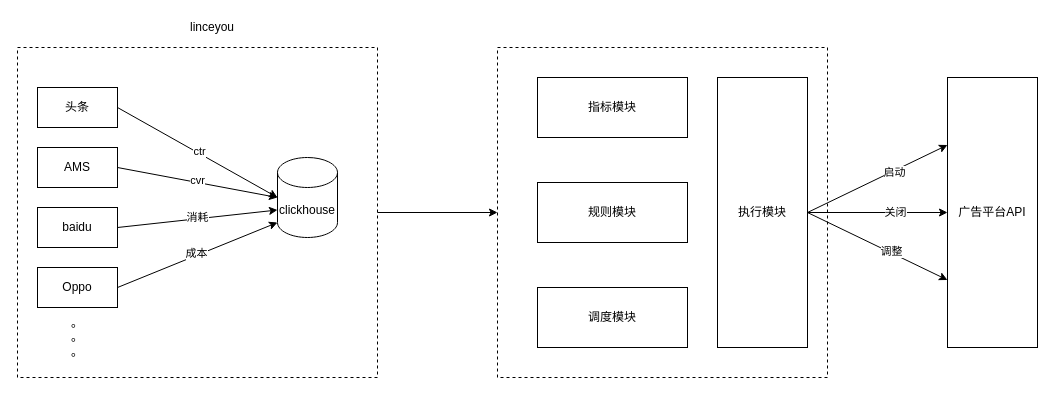
Before: toufang_rta_flow.drawio in learn2Pro/draw_io_save, a draw.io diagram. Source tidied: cells renumbered, new cells numbered last; positions are measured from the earlier drawing's top-left corner, leaving out a move shared by most shapes. Both pictures are drawn from the tidied source at 100%, with x=0, y=0 at pixel (17, 17).
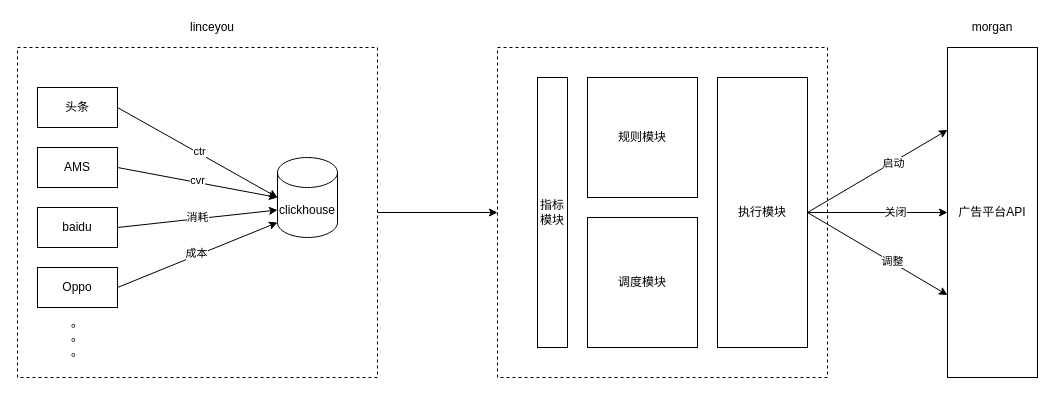
Above is the later version.

The edit, as a diff of the source:
```diff
@@
     <mxCell id="19" value="规则模块" style="rounded=0;whiteSpace=wrap;html=1;" parent="1" vertex="1">
-      <mxGeometry x="520" y="165" width="150" height="60" as="geometry" />
+      <mxGeometry x="570" y="60" width="110" height="120" as="geometry" />
     </mxCell>
     <mxCell id="20" value="指标模块" style="rounded=0;whiteSpace=wrap;html=1;" parent="1" vertex="1">
-      <mxGeometry x="520" y="60" width="150" height="60" as="geometry" />
+      <mxGeometry x="520" y="60" width="30" height="270" as="geometry" />
     </mxCell>
@@
     <mxCell id="22" value="调度模块" style="rounded=0;whiteSpace=wrap;html=1;" parent="1" vertex="1">
-      <mxGeometry x="520" y="270" width="150" height="60" as="geometry" />
+      <mxGeometry x="570" y="200" width="110" height="130" as="geometry" />
     </mxCell>
@@
     <mxCell id="24" value="广告平台API" style="rounded=0;whiteSpace=wrap;html=1;fillColor=#ffffff;" parent="1" vertex="1">
-      <mxGeometry x="930" y="60" width="90" height="270" as="geometry" />
+      <mxGeometry x="930" y="30" width="90" height="330" as="geometry" />
     </mxCell>
@@
+    <mxCell id="31" value="morgan" style="text;html=1;strokeColor=none;fillColor=none;align=center;verticalAlign=middle;whiteSpace=wrap;rounded=0;dashed=1;" parent="1" vertex="1">
+      <mxGeometry x="940" width="70" height="20" as="geometry" />
+    </mxCell>
```
